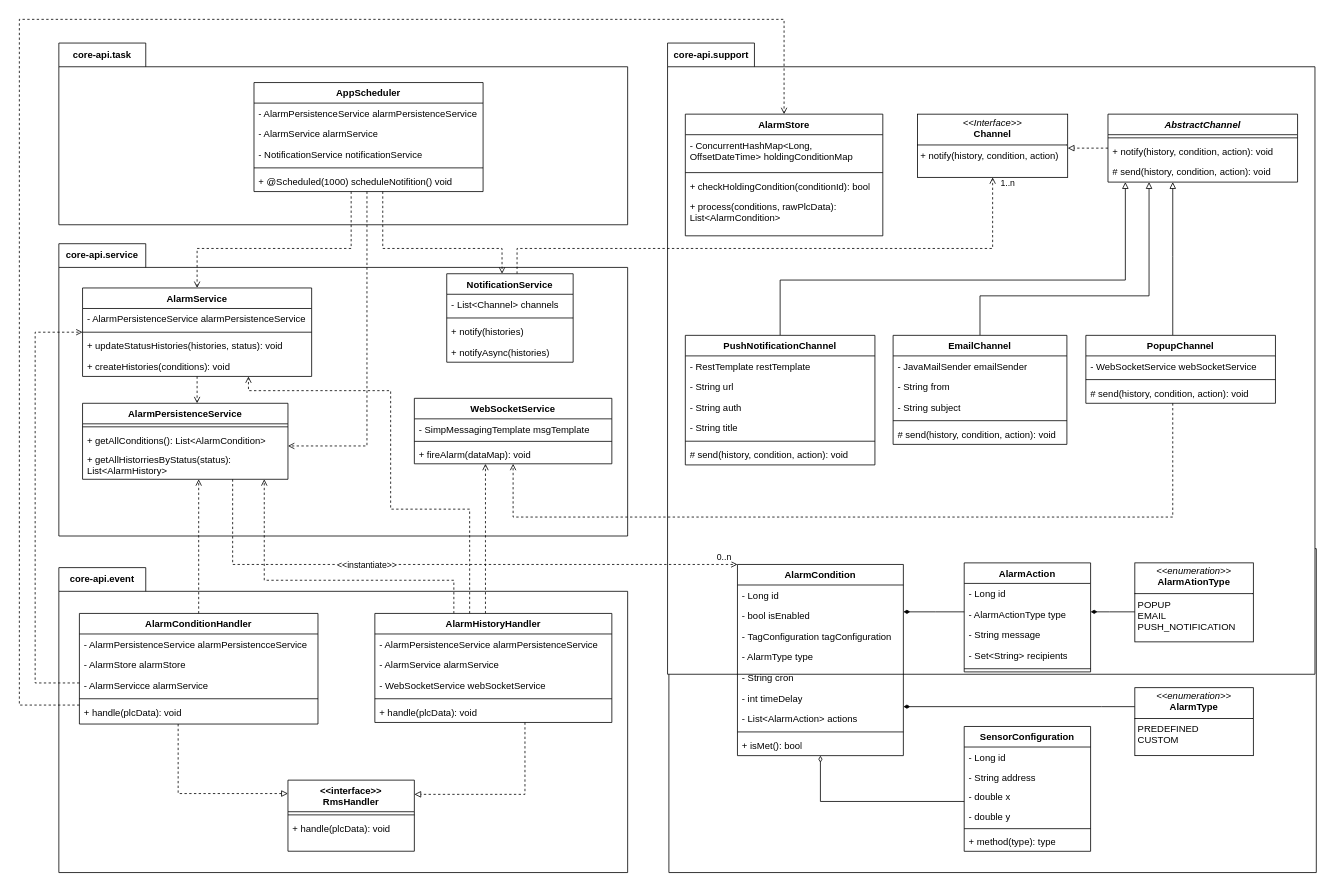
Before: Report7/SDD/Detailed-Design/Alarm/class-T4-14.drawio in f-pms/Document, a draw.io diagram. Source tidied: cells renumbered, new cells numbered last; positions are measured from the earlier drawing's top-left corner, leaving out a move shared by most shapes. Both pictures are drawn from the tidied source at 79%, with x=0, y=0 at pixel (19, 19).
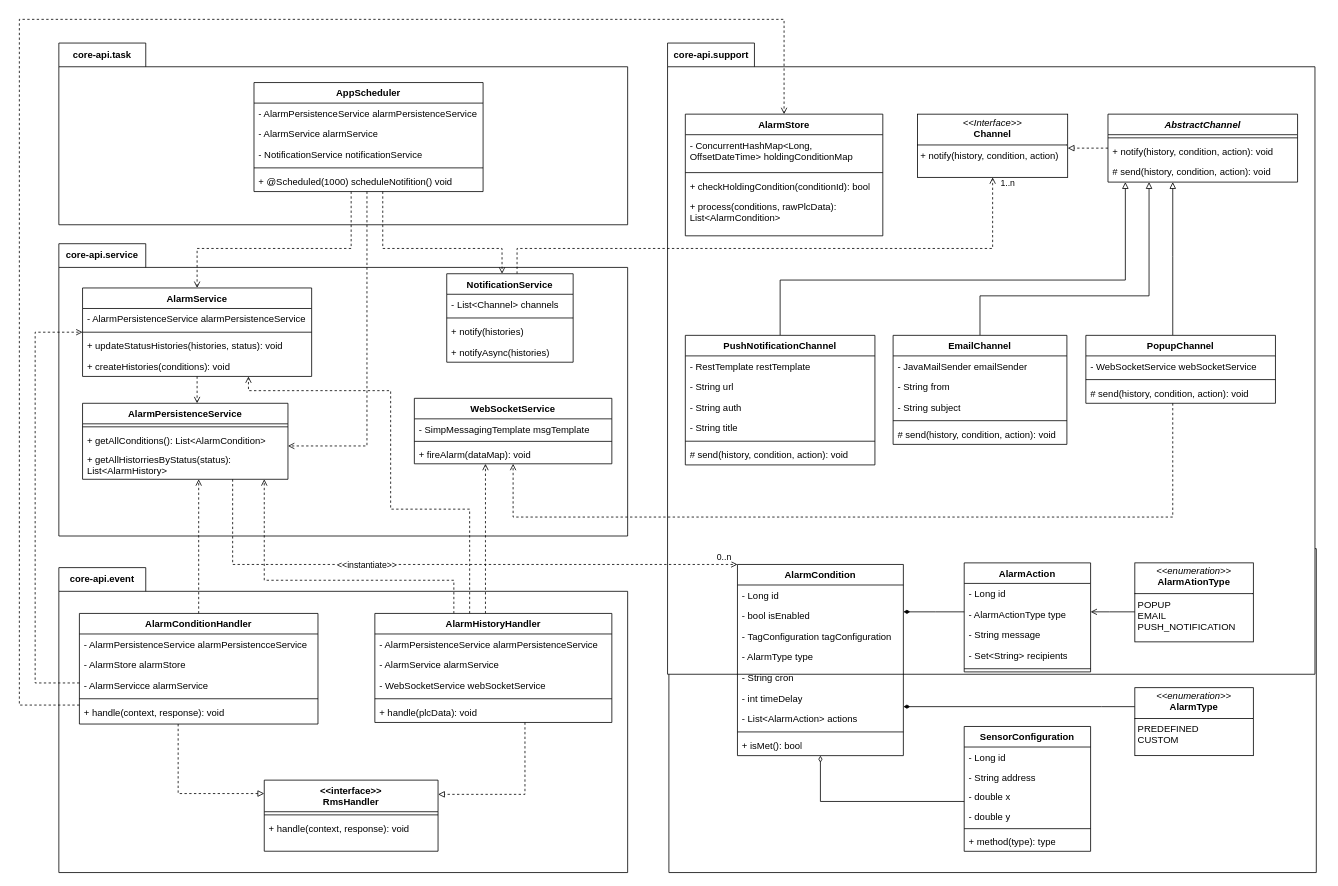
The same page after the edit.

Commit message (it also covers changes not shown here):
adjust class diagrams based on discussion

The change refers to these unchanged cells:
```xml
<mxCell id="40" value="AlarmConditionHandler" style="swimlane;fontStyle=1;align=center;verticalAlign=top;horizontal=1;startSize=26;rounded=0;shadow=0;strokeWidth=1;" parent="1" vertex="1">
  <mxGeometry x="76" y="752" width="302" height="140" as="geometry" />
</mxCell>
<mxCell id="114" value="AlarmAction" style="swimlane;fontStyle=1;align=center;verticalAlign=top;horizontal=1;startSize=26;whiteSpace=wrap;html=1;" parent="1" vertex="1">
  <mxGeometry x="1196" y="688" width="160" height="138" as="geometry" />
</mxCell>
<mxCell id="121" value="&lt;p style=&quot;margin:0px;margin-top:4px;text-align:center;&quot;&gt;&lt;i&gt;&amp;lt;&amp;lt;enumeration&amp;gt;&amp;gt;&lt;/i&gt;&lt;br&gt;&lt;b&gt;AlarmAtionType&lt;/b&gt;&lt;/p&gt;&lt;hr size=&quot;1&quot; style=&quot;border-style:solid;&quot;&gt;&lt;p style=&quot;margin:0px;margin-left:4px;&quot;&gt;POPUP&lt;br&gt;&lt;/p&gt;&lt;p style=&quot;margin:0px;margin-left:4px;&quot;&gt;EMAIL&lt;/p&gt;&lt;p style=&quot;margin:0px;margin-left:4px;&quot;&gt;PUSH_NOTIFICATION&lt;/p&gt;" style="verticalAlign=top;align=left;overflow=fill;html=1;whiteSpace=wrap;" parent="1" vertex="1">
  <mxGeometry x="1412" y="688" width="150" height="100" as="geometry" />
</mxCell>
```

What changed in the source:
```diff
@@
     <mxCell id="33" value="&lt;&lt;interface&gt;&gt;&#10;RmsHandler" style="swimlane;fontStyle=1;align=center;verticalAlign=top;horizontal=1;startSize=40;rounded=0;shadow=0;strokeWidth=1;" parent="1" vertex="1">
-      <mxGeometry x="340" y="963" width="160" height="90" as="geometry" />
+      <mxGeometry x="310" y="963" width="220" height="90" as="geometry" />
     </mxCell>
     <mxCell id="34" style="line;html=1;strokeWidth=1;align=left;verticalAlign=middle;spacingTop=-1;spacingLeft=3;spacingRight=3;labelPosition=right;" parent="33" vertex="1">
-      <mxGeometry y="40" width="160" height="8" as="geometry" />
+      <mxGeometry y="40" width="220" height="8" as="geometry" />
     </mxCell>
-    <mxCell id="35" value="+ handle(plcData): void" style="text;align=left;verticalAlign=top;spacingLeft=4;spacingRight=4;overflow=hidden;" parent="33" vertex="1">
-      <mxGeometry y="48" width="160" height="26" as="geometry" />
+    <mxCell id="35" value="+ handle(context, response): void" style="text;align=left;verticalAlign=top;spacingLeft=4;spacingRight=4;overflow=hidden;" parent="33" vertex="1">
+      <mxGeometry y="48" width="220" height="26" as="geometry" />
     </mxCell>
@@
-    <mxCell id="45" value="+ handle(plcData): void" style="text;align=left;verticalAlign=top;spacingLeft=4;spacingRight=4;overflow=hidden;" parent="40" vertex="1">
+    <mxCell id="45" value="+ handle(context, response): void" style="text;align=left;verticalAlign=top;spacingLeft=4;spacingRight=4;overflow=hidden;" parent="40" vertex="1">
       <mxGeometry y="112" width="302" height="26" as="geometry" />
     </mxCell>
@@
-    <mxCell id="120" style="edgeStyle=orthogonalEdgeStyle;rounded=0;jettySize=auto;html=1;endArrow=diamondThin;endFill=1;" parent="1" edge="1" source="121" target="114">
+    <mxCell id="120" style="edgeStyle=orthogonalEdgeStyle;rounded=0;jettySize=auto;html=1;endArrow=open;endFill=0;" parent="1" edge="1" source="121" target="114">
       <mxGeometry relative="1" as="geometry">
         <Array as="points">
           <mxPoint x="1380" y="750" />
           <mxPoint x="1380" y="750" />
         </Array>
       </mxGeometry>
     </mxCell>
```
